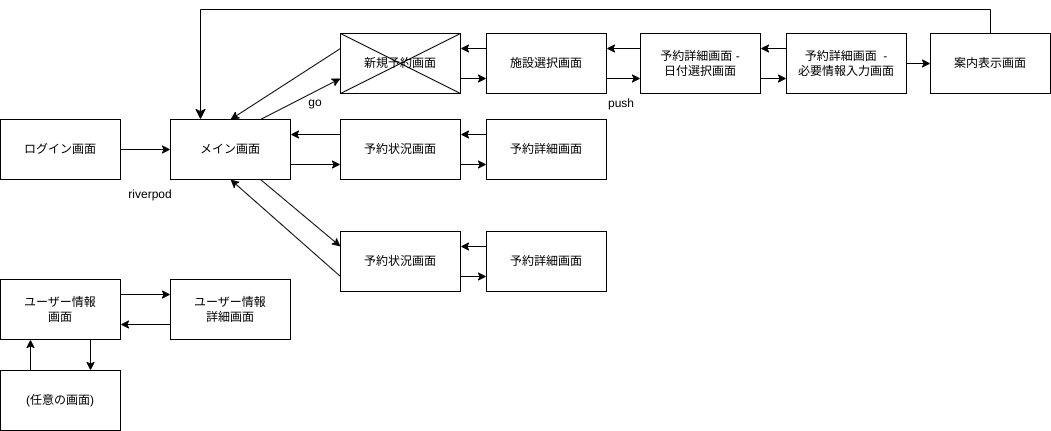
Above: docs/flow.drawio.png in of3jlmssoo/flutterReservation (draw.io), before the change. Source tidied: cells renumbered, new cells last; positions are measured from the earlier drawing's top-left corner, leaving out a move shared by most shapes.
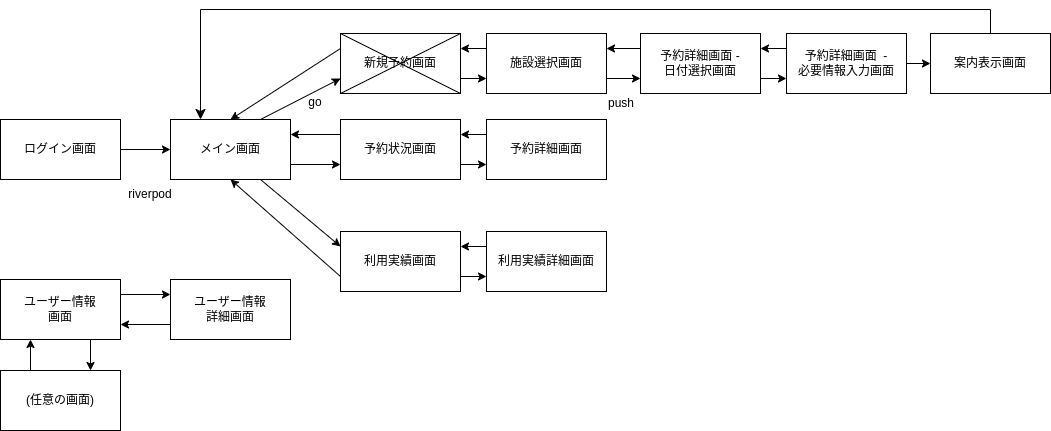
The same file after the commit.

The edit, as a diff of the source:
```diff
@@ -65,10 +65,10 @@
     <mxCell id="22" style="endArrow=classic;html=1;exitX=0.75;exitY=0;exitDx=0;exitDy=0;entryX=0;entryY=0.75;entryDx=0;entryDy=0;" parent="1" edge="1" source="3" target="11">
       <mxGeometry relative="1" as="geometry" />
     </mxCell>
-    <mxCell id="23" value="予約状況画面" style="rounded=0;whiteSpace=wrap;html=1;" parent="1" vertex="1">
+    <mxCell id="23" value="利用実績画面" style="rounded=0;whiteSpace=wrap;html=1;" parent="1" vertex="1">
       <mxGeometry x="340" y="222" width="120" height="60" as="geometry" />
     </mxCell>
-    <mxCell id="24" value="予約詳細画面" style="rounded=0;whiteSpace=wrap;html=1;" parent="1" vertex="1">
+    <mxCell id="24" value="利用実績詳細画面" style="rounded=0;whiteSpace=wrap;html=1;" parent="1" vertex="1">
       <mxGeometry x="486" y="222" width="120" height="60" as="geometry" />
     </mxCell>
     <mxCell id="25" style="endArrow=classic;html=1;exitX=0;exitY=0.25;exitDx=0;exitDy=0;entryX=1;entryY=0.25;entryDx=0;entryDy=0;" parent="1" edge="1" source="24" target="23">
```
